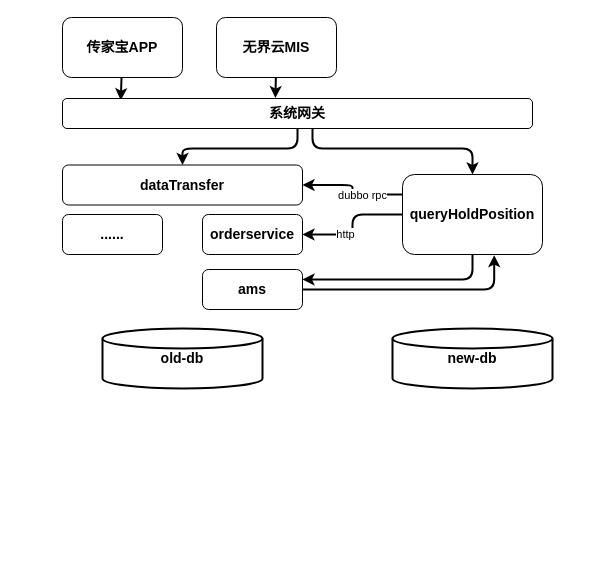
Earlier version of the draw.io diagram queryHoldPosition.drawio (jmy99527/chapter1). Source tidied: cells renumbered, new cells numbered last; positions are measured from the earlier drawing's top-left corner, leaving out a move shared by most shapes. Both pictures are drawn from the tidied source at 100%, with x=0, y=0 at pixel (62, 17).
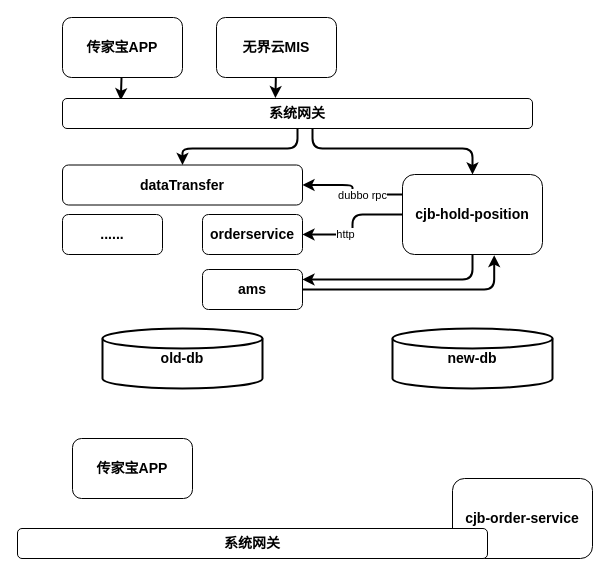
The same page after the edit.

Change to the diagram source:
```diff
@@
-    <mxCell id="17" value="&lt;span style=&quot;font-size: 14px&quot;&gt;&lt;b&gt;queryHoldPosition&lt;br&gt;&lt;/b&gt;&lt;/span&gt;" style="rounded=1;whiteSpace=wrap;html=1;" parent="1" vertex="1">
+    <mxCell id="17" value="&lt;span style=&quot;font-size: 14px&quot;&gt;&lt;b&gt;cjb-hold-position&lt;br&gt;&lt;/b&gt;&lt;/span&gt;" style="rounded=1;whiteSpace=wrap;html=1;" parent="1" vertex="1">
       <mxGeometry x="340" y="157" width="140" height="80" as="geometry" />
     </mxCell>
@@
+    <mxCell id="22" value="&lt;span style=&quot;font-size: 14px&quot;&gt;&lt;b&gt;cjb-order-service&lt;br&gt;&lt;/b&gt;&lt;/span&gt;" style="rounded=1;whiteSpace=wrap;html=1;" parent="1" vertex="1">
+      <mxGeometry x="390" y="461" width="140" height="80" as="geometry" />
+    </mxCell>
+    <mxCell id="23" value="&lt;font style=&quot;font-size: 14px&quot;&gt;&lt;b&gt;传家宝APP&lt;/b&gt;&lt;/font&gt;" style="rounded=1;whiteSpace=wrap;html=1;" parent="1" vertex="1">
+      <mxGeometry x="10" y="421" width="120" height="60" as="geometry" />
+    </mxCell>
+    <mxCell id="24" value="&lt;span style=&quot;font-size: 14px&quot;&gt;&lt;b&gt;系统网关&lt;/b&gt;&lt;/span&gt;" style="rounded=1;whiteSpace=wrap;html=1;" parent="1" vertex="1">
+      <mxGeometry x="-45" y="511" width="470" height="30" as="geometry" />
+    </mxCell>
```
